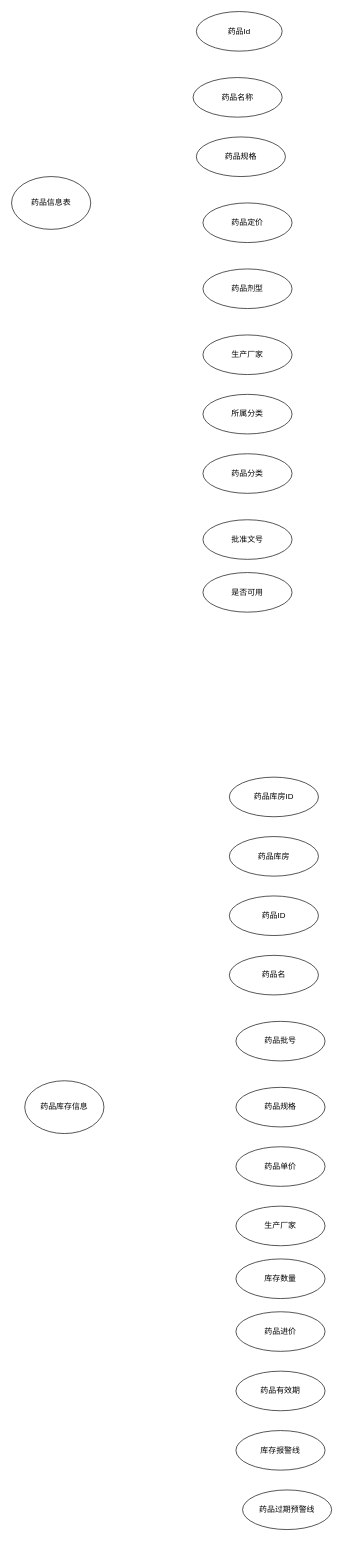
This is 毕业设计.drawio from paidaxingz/draw.io, a draw.io file, before an edit. Source tidied: cells renumbered, new cells numbered last; positions are measured from the earlier drawing's top-left corner, leaving out a move shared by most shapes. Both pictures are drawn from the tidied source at 66%, with x=0, y=0 at pixel (11, 11).
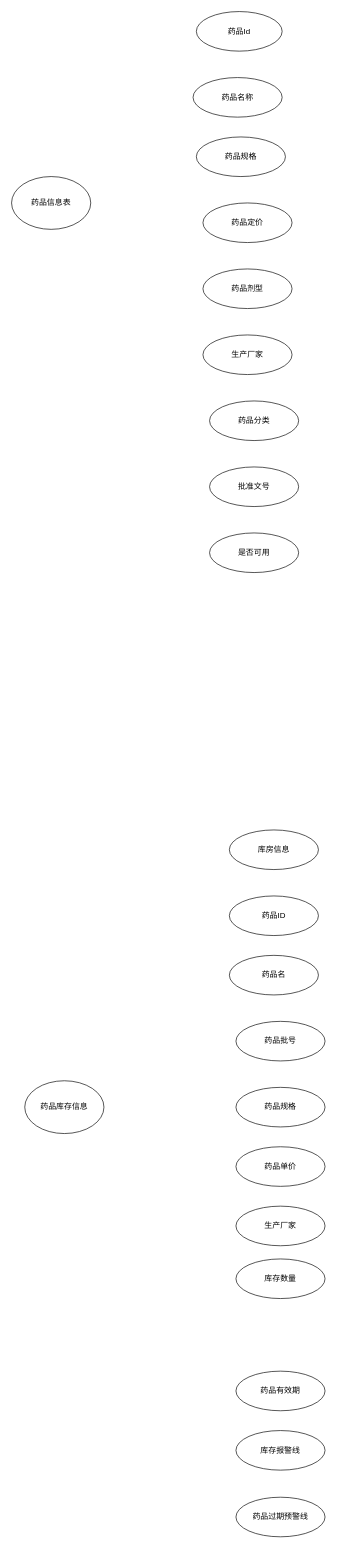
The same page after the edit.

Commit message (it also covers changes not shown here):
更新毕业设计.drawio

The edit, as a diff of the source:
```diff
@@
-    <mxCell id="9" value="所属分类" style="ellipse;whiteSpace=wrap;html=1;" parent="1" vertex="1">
-      <mxGeometry x="290" y="580" width="135" height="60" as="geometry" />
-    </mxCell>
     <mxCell id="10" value="药品分类" style="ellipse;whiteSpace=wrap;html=1;" parent="1" vertex="1">
-      <mxGeometry x="290" y="670" width="135" height="60" as="geometry" />
+      <mxGeometry x="300" y="590" width="135" height="60" as="geometry" />
     </mxCell>
     <mxCell id="11" value="批准文号" style="ellipse;whiteSpace=wrap;html=1;" parent="1" vertex="1">
-      <mxGeometry x="290" y="770" width="135" height="60" as="geometry" />
+      <mxGeometry x="300" y="690" width="135" height="60" as="geometry" />
     </mxCell>
     <mxCell id="12" value="是否可用" style="ellipse;whiteSpace=wrap;html=1;" parent="1" vertex="1">
-      <mxGeometry x="290" y="850" width="135" height="60" as="geometry" />
+      <mxGeometry x="300" y="790" width="135" height="60" as="geometry" />
     </mxCell>
@@
-    <mxCell id="14" value="药品库房ID" style="ellipse;whiteSpace=wrap;html=1;" parent="1" vertex="1">
-      <mxGeometry x="330" y="1160" width="135" height="60" as="geometry" />
-    </mxCell>
-    <mxCell id="15" value="药品库房" style="ellipse;whiteSpace=wrap;html=1;" parent="1" vertex="1">
-      <mxGeometry x="330" y="1250" width="135" height="60" as="geometry" />
-    </mxCell>
@@
-    <mxCell id="23" value="药品进价" style="ellipse;whiteSpace=wrap;html=1;" parent="1" vertex="1">
-      <mxGeometry x="340" y="1970" width="135" height="60" as="geometry" />
-    </mxCell>
@@
     <mxCell id="26" value="药品过期预警线" style="ellipse;whiteSpace=wrap;html=1;" parent="1" vertex="1">
-      <mxGeometry x="350" y="2240" width="135" height="60" as="geometry" />
+      <mxGeometry x="340" y="2251" width="135" height="60" as="geometry" />
     </mxCell>
+    <mxCell id="27" value="库房信息" style="ellipse;whiteSpace=wrap;html=1;" parent="1" vertex="1">
+      <mxGeometry x="330" y="1240" width="135" height="60" as="geometry" />
+    </mxCell>
```
